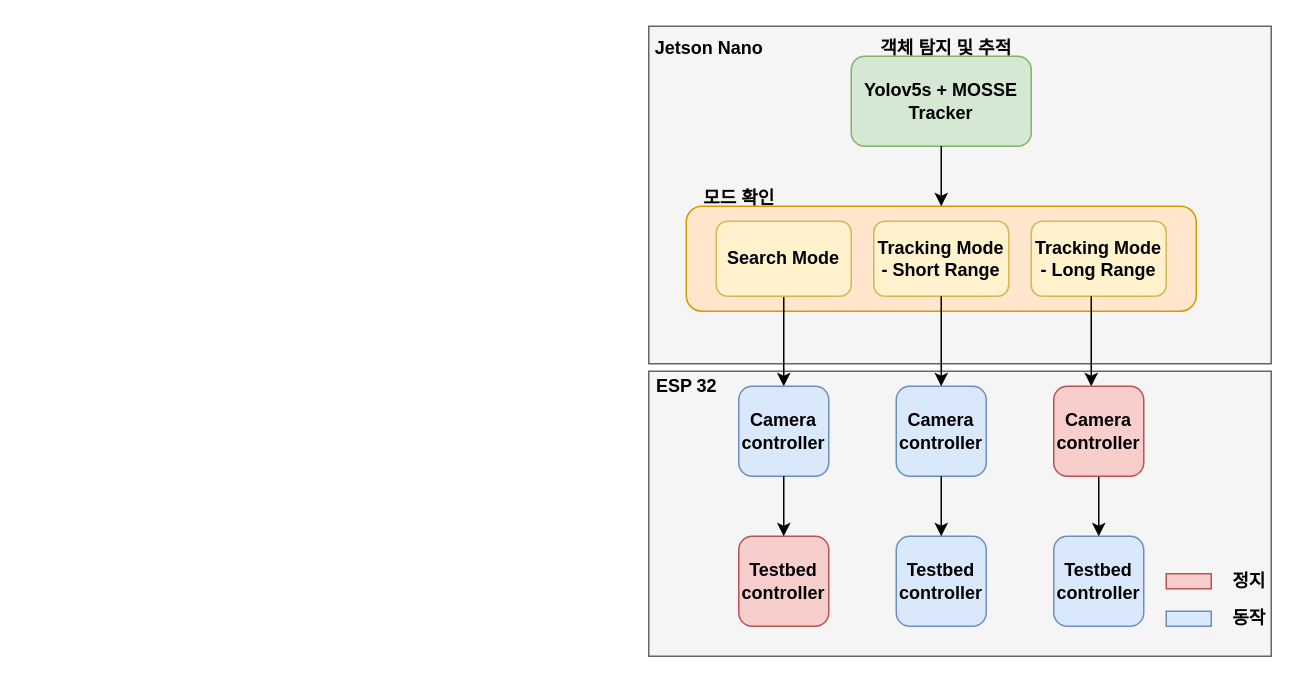
Above: system.drawio in sonmyungwon/Software-Development (draw.io), before the change. Source tidied: cells renumbered, new cells numbered last; positions are measured from the earlier drawing's top-left corner, leaving out a move shared by most shapes. Both pictures are drawn from the tidied source at 150%, with x=0, y=0 at pixel (633, 26).
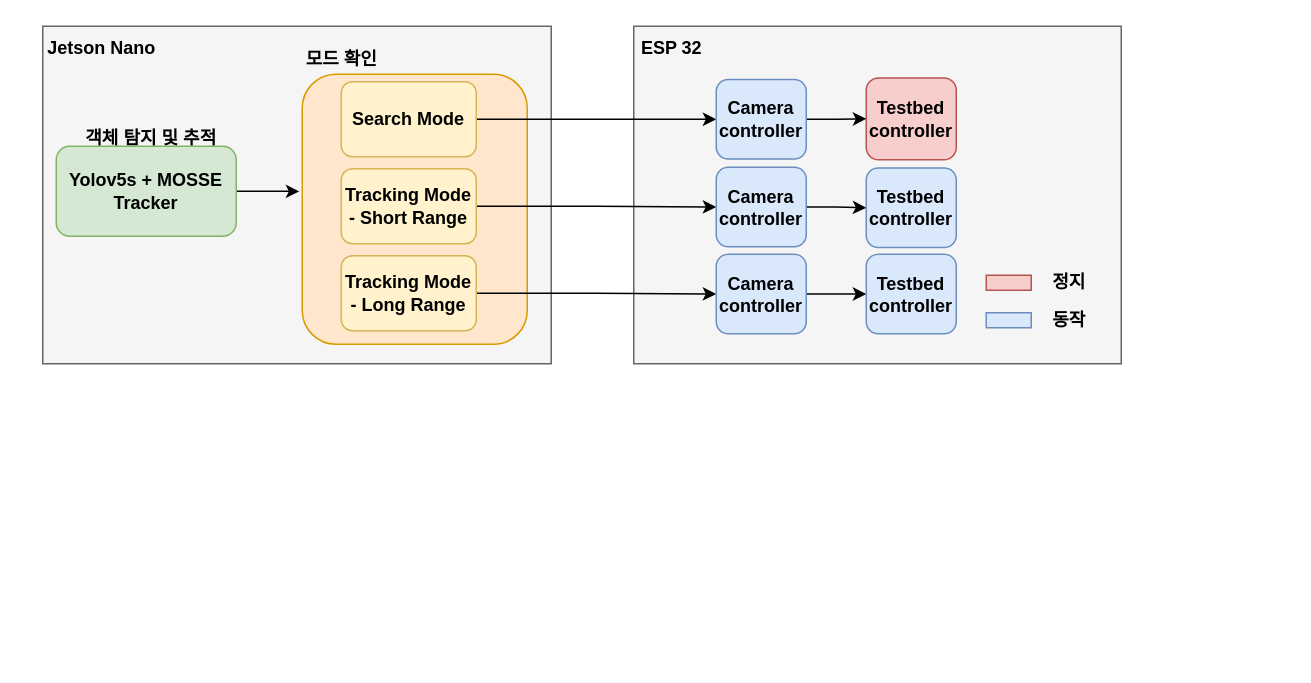
The same diagram, later.

Diff of the diagram source:
```diff
@@
     <mxCell id="2" style="rounded=0;whiteSpace=wrap;html=1;fontStyle=1;fillColor=#f5f5f5;fontColor=#333333;strokeColor=#666666;" parent="1" vertex="1">
-      <mxGeometry x="10" y="230" width="415" height="190" as="geometry" />
+      <mxGeometry width="325" height="225" as="geometry" />
     </mxCell>
     <mxCell id="3" style="rounded=0;whiteSpace=wrap;html=1;fontStyle=1;fillColor=#f5f5f5;fontColor=#333333;strokeColor=#666666;" parent="1" vertex="1">
-      <mxGeometry x="10" width="415" height="225" as="geometry" />
+      <mxGeometry x="-394" width="339" height="225" as="geometry" />
     </mxCell>
     <mxCell id="4" style="rounded=1;whiteSpace=wrap;html=1;fontStyle=1;fillColor=#ffe6cc;strokeColor=#d79b00;" parent="1" vertex="1">
-      <mxGeometry x="35" y="120" width="340" height="70" as="geometry" />
+      <mxGeometry x="-221" y="32" width="150" height="180" as="geometry" />
     </mxCell>
+    <mxCell id="10" style="edgeStyle=orthogonalEdgeStyle;rounded=0;jettySize=auto;html=1;exitX=1;exitY=0.5;exitDx=0;exitDy=0;entryX=-0.013;entryY=0.434;entryDx=0;entryDy=0;entryPerimeter=0;" parent="1" edge="1" source="5" target="4">
+      <mxGeometry relative="1" as="geometry" />
+    </mxCell>
     <mxCell id="5" value="Yolov5s + MOSSE Tracker" style="rounded=1;whiteSpace=wrap;html=1;fontStyle=1;fillColor=#d5e8d4;strokeColor=#82b366;" parent="1" vertex="1">
-      <mxGeometry x="145" y="20" width="120" height="60" as="geometry" />
+      <mxGeometry x="-385" y="80" width="120" height="60" as="geometry" />
     </mxCell>
-    <mxCell id="6" style="edgeStyle=orthogonalEdgeStyle;rounded=0;jettySize=auto;html=1;exitX=0.5;exitY=1;exitDx=0;exitDy=0;fontStyle=1;" parent="1" edge="1" source="7" target="13">
+    <mxCell id="6" style="edgeStyle=orthogonalEdgeStyle;rounded=0;jettySize=auto;html=1;exitX=1;exitY=0.5;exitDx=0;exitDy=0;entryX=0;entryY=0.5;entryDx=0;entryDy=0;" parent="1" edge="1" source="7" target="13">
       <mxGeometry relative="1" as="geometry" />
     </mxCell>
     <mxCell id="7" value="Search Mode" style="rounded=1;whiteSpace=wrap;html=1;fontStyle=1;fillColor=#fff2cc;strokeColor=#d6b656;" parent="1" vertex="1">
-      <mxGeometry x="55" y="130" width="90" height="50" as="geometry" />
+      <mxGeometry x="-195" y="37" width="90" height="50" as="geometry" />
     </mxCell>
+    <mxCell id="30" style="edgeStyle=orthogonalEdgeStyle;rounded=0;jettySize=auto;html=1;exitX=1;exitY=0.5;exitDx=0;exitDy=0;entryX=0;entryY=0.5;entryDx=0;entryDy=0;" parent="1" edge="1" source="8" target="34">
+      <mxGeometry relative="1" as="geometry" />
+    </mxCell>
     <mxCell id="8" value="Tracking Mode&lt;br&gt;- Short Range" style="rounded=1;whiteSpace=wrap;html=1;fontStyle=1;fillColor=#fff2cc;strokeColor=#d6b656;" parent="1" vertex="1">
-      <mxGeometry x="160" y="130" width="90" height="50" as="geometry" />
+      <mxGeometry x="-195" y="95" width="90" height="50" as="geometry" />
     </mxCell>
+    <mxCell id="31" style="edgeStyle=orthogonalEdgeStyle;rounded=0;jettySize=auto;html=1;exitX=1;exitY=0.5;exitDx=0;exitDy=0;entryX=0;entryY=0.5;entryDx=0;entryDy=0;" parent="1" edge="1" source="9" target="37">
+      <mxGeometry relative="1" as="geometry" />
+    </mxCell>
     <mxCell id="9" value="Tracking Mode&lt;br&gt;- Long Range" style="rounded=1;whiteSpace=wrap;html=1;fontStyle=1;fillColor=#fff2cc;strokeColor=#d6b656;" parent="1" vertex="1">
-      <mxGeometry x="265" y="130" width="90" height="50" as="geometry" />
+      <mxGeometry x="-195" y="153" width="90" height="50" as="geometry" />
     </mxCell>
-    <mxCell id="10" style="endArrow=classic;html=1;rounded=0;entryX=0.5;entryY=0;entryDx=0;entryDy=0;exitX=0.5;exitY=1;exitDx=0;exitDy=0;fontStyle=1;" parent="1" edge="1" source="5" target="4">
-      <mxGeometry relative="1" as="geometry" />
-    </mxCell>
     <mxCell id="11" value="객체 탐지 및 추적" style="text;html=1;align=center;verticalAlign=middle;strokeColor=none;fillColor=none;fontStyle=1;" parent="1" vertex="1">
-      <mxGeometry x="147.5" width="120" height="30" as="geometry" />
+      <mxGeometry x="-382.5" y="60" width="120" height="30" as="geometry" />
     </mxCell>
     <mxCell id="12" value="Testbed controller" style="rounded=1;whiteSpace=wrap;html=1;fillColor=#f8cecc;strokeColor=#b85450;fontStyle=1;" parent="1" vertex="1">
-      <mxGeometry x="70" y="340" width="60" height="60" as="geometry" />
+      <mxGeometry x="155" y="34.5" width="60" height="54.5" as="geometry" />
     </mxCell>
+    <mxCell id="32" style="edgeStyle=orthogonalEdgeStyle;rounded=0;jettySize=auto;html=1;exitX=1;exitY=0.5;exitDx=0;exitDy=0;entryX=0;entryY=0.5;entryDx=0;entryDy=0;" parent="1" edge="1" source="13" target="12">
+      <mxGeometry relative="1" as="geometry" />
+    </mxCell>
     <mxCell id="13" value="Camera&lt;br&gt;controller" style="rounded=1;whiteSpace=wrap;html=1;fillColor=#dae8fc;strokeColor=#6c8ebf;fontStyle=1;" parent="1" vertex="1">
-      <mxGeometry x="70" y="240" width="60" height="60" as="geometry" />
+      <mxGeometry x="55" y="35.5" width="60" height="53" as="geometry" />
     </mxCell>
     <mxCell id="14" value="모드 확인" style="text;html=1;align=center;verticalAlign=middle;strokeColor=none;fillColor=none;fontStyle=1;" parent="1" vertex="1">
-      <mxGeometry x="35" y="100" width="70" height="30" as="geometry" />
+      <mxGeometry x="-230" y="7" width="70" height="30" as="geometry" />
     </mxCell>
     <mxCell id="15" value="Jetson Nano" style="text;html=1;align=center;verticalAlign=middle;strokeColor=none;fillColor=none;fontStyle=1;" parent="1" vertex="1">
-      <mxGeometry width="100" height="30" as="geometry" />
+      <mxGeometry x="-405" width="100" height="30" as="geometry" />
     </mxCell>
     <mxCell id="16" value="ESP 32" style="text;html=1;align=center;verticalAlign=middle;strokeColor=none;fillColor=none;fontStyle=1;" parent="1" vertex="1">
-      <mxGeometry x="5" y="225" width="60" height="30" as="geometry" />
+      <mxGeometry x="-5" width="60" height="30" as="geometry" />
     </mxCell>
-    <mxCell id="17" value="Testbed controller" style="rounded=1;whiteSpace=wrap;html=1;fillColor=#dae8fc;strokeColor=#6c8ebf;fontStyle=1;" parent="1" vertex="1">
-      <mxGeometry x="175" y="340" width="60" height="60" as="geometry" />
-    </mxCell>
-    <mxCell id="18" value="Camera&lt;br&gt;controller" style="rounded=1;whiteSpace=wrap;html=1;fillColor=#dae8fc;strokeColor=#6c8ebf;fontStyle=1;" parent="1" vertex="1">
-      <mxGeometry x="175" y="240" width="60" height="60" as="geometry" />
-    </mxCell>
-    <mxCell id="19" value="Testbed controller" style="rounded=1;whiteSpace=wrap;html=1;fillColor=#dae8fc;strokeColor=#6c8ebf;fontStyle=1;" parent="1" vertex="1">
-      <mxGeometry x="280" y="340" width="60" height="60" as="geometry" />
-    </mxCell>
-    <mxCell id="20" style="edgeStyle=orthogonalEdgeStyle;rounded=0;jettySize=auto;html=1;exitX=0.5;exitY=1;exitDx=0;exitDy=0;entryX=0.5;entryY=0;entryDx=0;entryDy=0;fontStyle=1;" parent="1" edge="1" source="21" target="19">
-      <mxGeometry relative="1" as="geometry" />
-    </mxCell>
-    <mxCell id="21" value="Camera&lt;br&gt;controller" style="rounded=1;whiteSpace=wrap;html=1;fillColor=#f8cecc;strokeColor=#b85450;fontStyle=1;" parent="1" vertex="1">
-      <mxGeometry x="280" y="240" width="60" height="60" as="geometry" />
-    </mxCell>
-    <mxCell id="22" style="edgeStyle=orthogonalEdgeStyle;rounded=0;orthogonalLoop=1;jettySize=auto;html=1;exitX=0.5;exitY=1;exitDx=0;exitDy=0;fontStyle=1;" parent="1" edge="1">
-      <mxGeometry relative="1" as="geometry">
-        <mxPoint x="205" y="180" as="sourcePoint" />
-        <mxPoint x="205" y="240" as="targetPoint" />
-      </mxGeometry>
-    </mxCell>
-    <mxCell id="23" style="edgeStyle=orthogonalEdgeStyle;rounded=0;orthogonalLoop=1;jettySize=auto;html=1;exitX=0.5;exitY=1;exitDx=0;exitDy=0;fontStyle=1;" parent="1" edge="1">
-      <mxGeometry relative="1" as="geometry">
-        <mxPoint x="305" y="180" as="sourcePoint" />
-        <mxPoint x="305" y="240" as="targetPoint" />
-      </mxGeometry>
-    </mxCell>
-    <mxCell id="24" style="edgeStyle=orthogonalEdgeStyle;rounded=0;orthogonalLoop=1;jettySize=auto;html=1;exitX=0.5;exitY=1;exitDx=0;exitDy=0;entryX=0.5;entryY=0;entryDx=0;entryDy=0;fontStyle=1;" parent="1" edge="1">
-      <mxGeometry relative="1" as="geometry">
-        <mxPoint x="205" y="300" as="sourcePoint" />
-        <mxPoint x="205" y="340" as="targetPoint" />
-        <Array as="points">
-          <mxPoint x="205" y="320" />
-          <mxPoint x="205" y="320" />
-        </Array>
-      </mxGeometry>
-    </mxCell>
-    <mxCell id="25" style="edgeStyle=orthogonalEdgeStyle;rounded=0;orthogonalLoop=1;jettySize=auto;html=1;exitX=0.5;exitY=1;exitDx=0;exitDy=0;entryX=0.5;entryY=0;entryDx=0;entryDy=0;fontStyle=1;" parent="1" edge="1">
-      <mxGeometry relative="1" as="geometry">
-        <mxPoint x="100" y="300" as="sourcePoint" />
-        <mxPoint x="100" y="340" as="targetPoint" />
-        <Array as="points">
-          <mxPoint x="100" y="320" />
-          <mxPoint x="100" y="320" />
-        </Array>
-      </mxGeometry>
-    </mxCell>
     <mxCell id="26" value="동작" style="text;html=1;align=center;verticalAlign=middle;strokeColor=none;fillColor=none;fontStyle=1;" parent="1" vertex="1">
-      <mxGeometry x="385" y="380" width="50" height="30" as="geometry" />
+      <mxGeometry x="265" y="181" width="50" height="30" as="geometry" />
     </mxCell>
     <mxCell id="27" value="정지" style="text;html=1;align=center;verticalAlign=middle;strokeColor=none;fillColor=none;fontStyle=1;" parent="1" vertex="1">
-      <mxGeometry x="385" y="355" width="50" height="30" as="geometry" />
+      <mxGeometry x="265" y="156" width="50" height="30" as="geometry" />
     </mxCell>
     <mxCell id="28" style="rounded=0;whiteSpace=wrap;html=1;fillColor=#dae8fc;strokeColor=#6c8ebf;" parent="1" vertex="1">
-      <mxGeometry x="355" y="390" width="30" height="10" as="geometry" />
+      <mxGeometry x="235" y="191" width="30" height="10" as="geometry" />
     </mxCell>
     <mxCell id="29" style="rounded=0;whiteSpace=wrap;html=1;fillColor=#f8cecc;strokeColor=#b85450;" parent="1" vertex="1">
-      <mxGeometry x="355" y="365" width="30" height="10" as="geometry" />
+      <mxGeometry x="235" y="166" width="30" height="10" as="geometry" />
     </mxCell>
+    <mxCell id="33" style="edgeStyle=orthogonalEdgeStyle;rounded=0;jettySize=auto;html=1;exitX=1;exitY=0.5;exitDx=0;exitDy=0;entryX=0;entryY=0.5;entryDx=0;entryDy=0;" parent="1" edge="1" source="34" target="35">
+      <mxGeometry relative="1" as="geometry" />
+    </mxCell>
+    <mxCell id="34" value="Camera&lt;br&gt;controller" style="rounded=1;whiteSpace=wrap;html=1;fillColor=#dae8fc;strokeColor=#6c8ebf;fontStyle=1;" parent="1" vertex="1">
+      <mxGeometry x="55" y="94" width="60" height="53" as="geometry" />
+    </mxCell>
+    <mxCell id="35" value="Testbed&lt;br&gt;controller" style="rounded=1;whiteSpace=wrap;html=1;fillColor=#dae8fc;strokeColor=#6c8ebf;fontStyle=1;" parent="1" vertex="1">
+      <mxGeometry x="155" y="94.5" width="60" height="53" as="geometry" />
+    </mxCell>
+    <mxCell id="36" style="edgeStyle=orthogonalEdgeStyle;rounded=0;jettySize=auto;html=1;exitX=1;exitY=0.5;exitDx=0;exitDy=0;" parent="1" edge="1" source="37" target="38">
+      <mxGeometry relative="1" as="geometry" />
+    </mxCell>
+    <mxCell id="37" value="Camera&lt;br&gt;controller" style="rounded=1;whiteSpace=wrap;html=1;fillColor=#dae8fc;strokeColor=#6c8ebf;fontStyle=1;" parent="1" vertex="1">
+      <mxGeometry x="55" y="152" width="60" height="53" as="geometry" />
+    </mxCell>
+    <mxCell id="38" value="Testbed&lt;br&gt;controller" style="rounded=1;whiteSpace=wrap;html=1;fillColor=#dae8fc;strokeColor=#6c8ebf;fontStyle=1;" parent="1" vertex="1">
+      <mxGeometry x="155" y="152" width="60" height="53" as="geometry" />
+    </mxCell>
```
